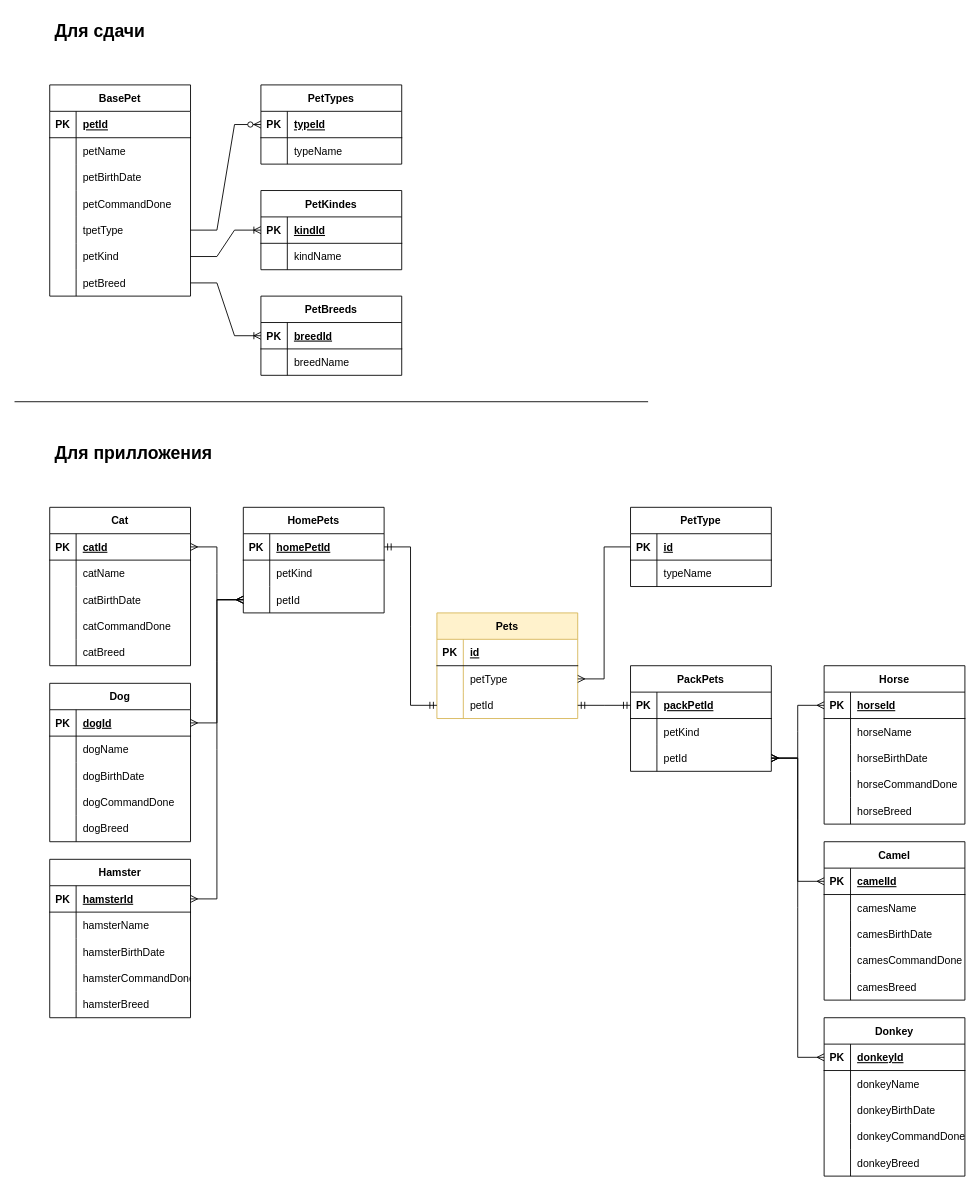
Earlier version of the draw.io diagram Data_base.drawio (AlexLeXX444/Final-work). Source tidied: cells renumbered, new cells numbered last; positions are measured from the earlier drawing's top-left corner, leaving out a move shared by most shapes. Both pictures are drawn from the tidied source at 88%, with x=0, y=0 at pixel (14, 14).
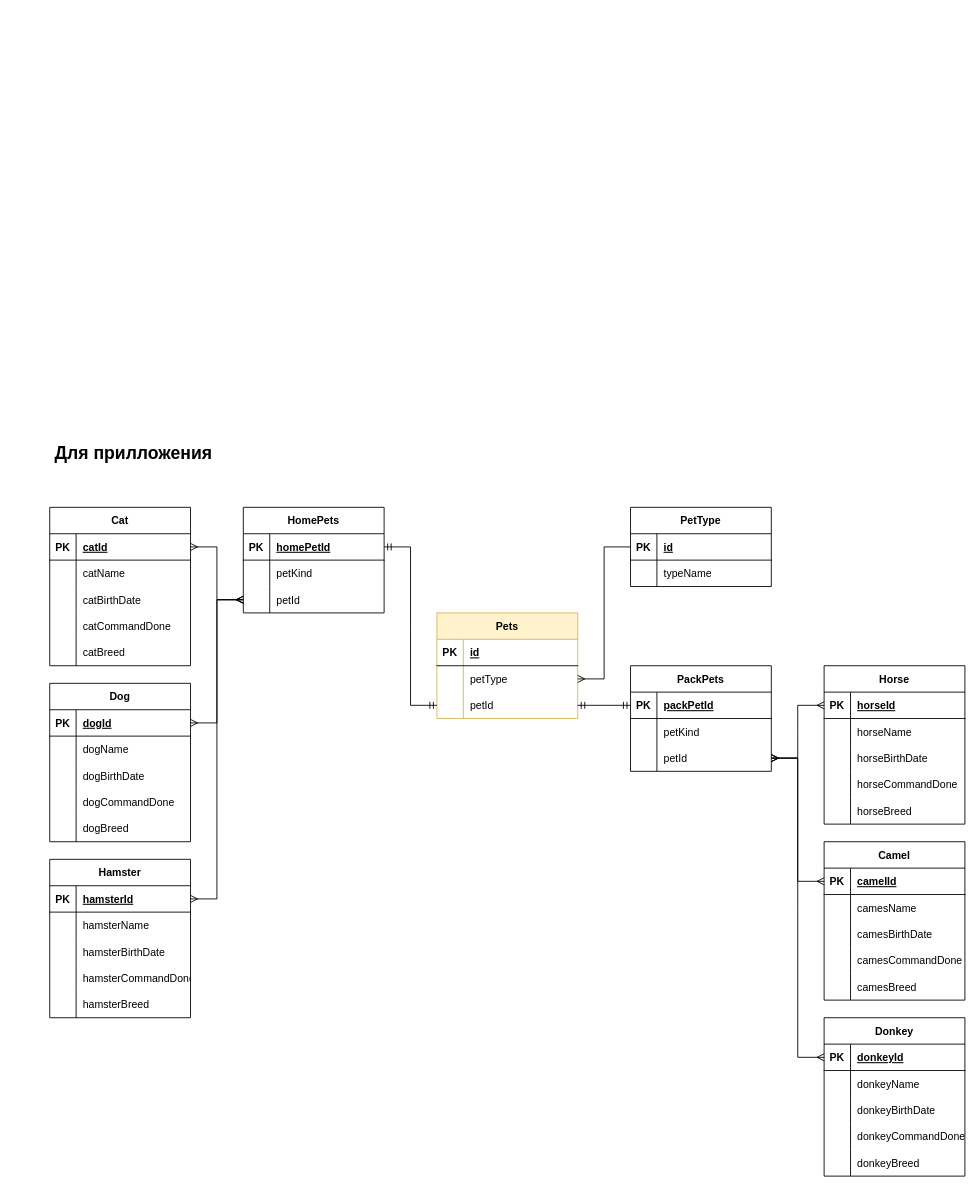
The same page after the edit.

What changed in the source:
```diff
@@
-    <mxCell id="2" value="BasePet" style="shape=table;startSize=30;childLayout=tableLayout;rowLines=0;fontStyle=1;align=center;" parent="1" vertex="1">
-      <mxGeometry x="40" y="80" width="160" height="240" as="geometry" />
-    </mxCell>
-    <mxCell id="3" style="shape=tableRow;horizontal=0;startSize=0;swimlaneHead=0;swimlaneBody=0;fillColor=none;top=0;left=0;right=0;bottom=1;" parent="2" vertex="1">
-      <mxGeometry y="30" width="160" height="30" as="geometry" />
-    </mxCell>
-    <mxCell id="4" value="PK" style="shape=partialRectangle;fillColor=none;top=0;left=0;bottom=0;right=0;fontStyle=1;overflow=hidden;" parent="3" vertex="1">
-      <mxGeometry width="30" height="30" as="geometry" />
-    </mxCell>
-    <mxCell id="5" value="petId" style="shape=partialRectangle;fillColor=none;top=0;left=0;bottom=0;right=0;align=left;spacingLeft=6;fontStyle=5;overflow=hidden;" parent="3" vertex="1">
-      <mxGeometry x="30" width="130" height="30" as="geometry" />
-    </mxCell>
-    <mxCell id="6" style="shape=tableRow;horizontal=0;startSize=0;swimlaneHead=0;swimlaneBody=0;fillColor=none;top=0;left=0;right=0;bottom=0;" parent="2" vertex="1">
-      <mxGeometry y="60" width="160" height="30" as="geometry" />
-    </mxCell>
-    <mxCell id="7" style="shape=partialRectangle;fillColor=none;top=0;left=0;bottom=0;right=0;overflow=hidden;" parent="6" vertex="1">
-      <mxGeometry width="30" height="30" as="geometry" />
-    </mxCell>
-    <mxCell id="8" value="petName" style="shape=partialRectangle;fillColor=none;top=0;left=0;bottom=0;right=0;align=left;spacingLeft=6;overflow=hidden;" parent="6" vertex="1">
-      <mxGeometry x="30" width="130" height="30" as="geometry" />
-    </mxCell>
-    <mxCell id="9" style="shape=tableRow;horizontal=0;startSize=0;swimlaneHead=0;swimlaneBody=0;fillColor=none;top=0;left=0;right=0;bottom=0;" parent="2" vertex="1">
-      <mxGeometry y="90" width="160" height="30" as="geometry" />
-    </mxCell>
-    <mxCell id="10" style="shape=partialRectangle;fillColor=none;top=0;left=0;bottom=0;right=0;overflow=hidden;" parent="9" vertex="1">
-      <mxGeometry width="30" height="30" as="geometry" />
-    </mxCell>
-    <mxCell id="11" value="petBirthDate" style="shape=partialRectangle;fillColor=none;top=0;left=0;bottom=0;right=0;align=left;spacingLeft=6;overflow=hidden;" parent="9" vertex="1">
-      <mxGeometry x="30" width="130" height="30" as="geometry" />
-    </mxCell>
-    <mxCell id="12" style="shape=tableRow;horizontal=0;startSize=0;swimlaneHead=0;swimlaneBody=0;fillColor=none;top=0;left=0;right=0;bottom=0;" parent="2" vertex="1">
-      <mxGeometry y="120" width="160" height="30" as="geometry" />
-    </mxCell>
-    <mxCell id="13" style="shape=partialRectangle;fillColor=none;top=0;left=0;bottom=0;right=0;overflow=hidden;" parent="12" vertex="1">
-      <mxGeometry width="30" height="30" as="geometry" />
-    </mxCell>
-    <mxCell id="14" value="petCommandDone" style="shape=partialRectangle;fillColor=none;top=0;left=0;bottom=0;right=0;align=left;spacingLeft=6;overflow=hidden;" parent="12" vertex="1">
-      <mxGeometry x="30" width="130" height="30" as="geometry" />
-    </mxCell>
-    <mxCell id="15" style="shape=tableRow;horizontal=0;startSize=0;swimlaneHead=0;swimlaneBody=0;fillColor=none;points=[[0,0.5],[1,0.5]];portConstraint=eastwest;top=0;left=0;right=0;bottom=0;" parent="2" vertex="1">
-      <mxGeometry y="150" width="160" height="30" as="geometry" />
-    </mxCell>
-    <mxCell id="16" style="shape=partialRectangle;fillColor=none;top=0;left=0;bottom=0;right=0;overflow=hidden;" parent="15" vertex="1">
-      <mxGeometry width="30" height="30" as="geometry" />
-    </mxCell>
-    <mxCell id="17" value="tpetType" style="shape=partialRectangle;fillColor=none;top=0;left=0;bottom=0;right=0;align=left;spacingLeft=6;overflow=hidden;" parent="15" vertex="1">
-      <mxGeometry x="30" width="130" height="30" as="geometry" />
-    </mxCell>
-    <mxCell id="18" style="shape=tableRow;horizontal=0;startSize=0;swimlaneHead=0;swimlaneBody=0;fillColor=none;points=[[0,0.5],[1,0.5]];portConstraint=eastwest;top=0;left=0;right=0;bottom=0;" parent="2" vertex="1">
-      <mxGeometry y="180" width="160" height="30" as="geometry" />
-    </mxCell>
-    <mxCell id="19" style="shape=partialRectangle;fillColor=none;top=0;left=0;bottom=0;right=0;overflow=hidden;" parent="18" vertex="1">
-      <mxGeometry width="30" height="30" as="geometry" />
-    </mxCell>
-    <mxCell id="20" value="petKind" style="shape=partialRectangle;fillColor=none;top=0;left=0;bottom=0;right=0;align=left;spacingLeft=6;overflow=hidden;" parent="18" vertex="1">
-      <mxGeometry x="30" width="130" height="30" as="geometry" />
-    </mxCell>
-    <mxCell id="21" style="shape=tableRow;horizontal=0;startSize=0;swimlaneHead=0;swimlaneBody=0;fillColor=none;points=[[0,0.5],[1,0.5]];portConstraint=eastwest;top=0;left=0;right=0;bottom=0;" parent="2" vertex="1">
-      <mxGeometry y="210" width="160" height="30" as="geometry" />
-    </mxCell>
-    <mxCell id="22" style="shape=partialRectangle;fillColor=none;top=0;left=0;bottom=0;right=0;overflow=hidden;" parent="21" vertex="1">
-      <mxGeometry width="30" height="30" as="geometry" />
-    </mxCell>
-    <mxCell id="23" value="petBreed" style="shape=partialRectangle;fillColor=none;top=0;left=0;bottom=0;right=0;align=left;spacingLeft=6;overflow=hidden;" parent="21" vertex="1">
-      <mxGeometry x="30" width="130" height="30" as="geometry" />
-    </mxCell>
-    <mxCell id="24" value="PetKindes" style="shape=table;startSize=30;childLayout=tableLayout;rowLines=0;fontStyle=1;align=center;" parent="1" vertex="1">
-      <mxGeometry x="280" y="200" width="160" height="90" as="geometry" />
-    </mxCell>
-    <mxCell id="25" style="shape=tableRow;horizontal=0;startSize=0;swimlaneHead=0;swimlaneBody=0;fillColor=none;points=[[0,0.5],[1,0.5]];portConstraint=eastwest;top=0;left=0;right=0;bottom=1;" parent="24" vertex="1">
-      <mxGeometry y="30" width="160" height="30" as="geometry" />
-    </mxCell>
-    <mxCell id="26" value="PK" style="shape=partialRectangle;fillColor=none;top=0;left=0;bottom=0;right=0;fontStyle=1;overflow=hidden;" parent="25" vertex="1">
-      <mxGeometry width="30" height="30" as="geometry" />
-    </mxCell>
-    <mxCell id="27" value="kindId" style="shape=partialRectangle;fillColor=none;top=0;left=0;bottom=0;right=0;align=left;spacingLeft=6;fontStyle=5;overflow=hidden;" parent="25" vertex="1">
-      <mxGeometry x="30" width="130" height="30" as="geometry" />
-    </mxCell>
-    <mxCell id="28" style="shape=tableRow;horizontal=0;startSize=0;swimlaneHead=0;swimlaneBody=0;fillColor=none;top=0;left=0;right=0;bottom=0;" parent="24" vertex="1">
-      <mxGeometry y="60" width="160" height="30" as="geometry" />
-    </mxCell>
-    <mxCell id="29" style="shape=partialRectangle;fillColor=none;top=0;left=0;bottom=0;right=0;overflow=hidden;" parent="28" vertex="1">
-      <mxGeometry width="30" height="30" as="geometry" />
-    </mxCell>
-    <mxCell id="30" value="kindName" style="shape=partialRectangle;fillColor=none;top=0;left=0;bottom=0;right=0;align=left;spacingLeft=6;overflow=hidden;" parent="28" vertex="1">
-      <mxGeometry x="30" width="130" height="30" as="geometry" />
-    </mxCell>
-    <mxCell id="31" value="PetTypes" style="shape=table;startSize=30;childLayout=tableLayout;rowLines=0;fontStyle=1;align=center;" parent="1" vertex="1">
-      <mxGeometry x="280" y="80" width="160" height="90" as="geometry" />
-    </mxCell>
-    <mxCell id="32" style="shape=tableRow;horizontal=0;startSize=0;swimlaneHead=0;swimlaneBody=0;fillColor=none;points=[[0,0.5],[1,0.5]];portConstraint=eastwest;top=0;left=0;right=0;bottom=1;" parent="31" vertex="1">
-      <mxGeometry y="30" width="160" height="30" as="geometry" />
-    </mxCell>
-    <mxCell id="33" value="PK" style="shape=partialRectangle;fillColor=none;top=0;left=0;bottom=0;right=0;fontStyle=1;overflow=hidden;" parent="32" vertex="1">
-      <mxGeometry width="30" height="30" as="geometry" />
-    </mxCell>
-    <mxCell id="34" value="typeId" style="shape=partialRectangle;fillColor=none;top=0;left=0;bottom=0;right=0;align=left;spacingLeft=6;fontStyle=5;overflow=hidden;" parent="32" vertex="1">
-      <mxGeometry x="30" width="130" height="30" as="geometry" />
-    </mxCell>
-    <mxCell id="35" style="shape=tableRow;horizontal=0;startSize=0;swimlaneHead=0;swimlaneBody=0;fillColor=none;top=0;left=0;right=0;bottom=0;" parent="31" vertex="1">
-      <mxGeometry y="60" width="160" height="30" as="geometry" />
-    </mxCell>
-    <mxCell id="36" style="shape=partialRectangle;fillColor=none;top=0;left=0;bottom=0;right=0;overflow=hidden;" parent="35" vertex="1">
-      <mxGeometry width="30" height="30" as="geometry" />
-    </mxCell>
-    <mxCell id="37" value="typeName" style="shape=partialRectangle;fillColor=none;top=0;left=0;bottom=0;right=0;align=left;spacingLeft=6;overflow=hidden;" parent="35" vertex="1">
-      <mxGeometry x="30" width="130" height="30" as="geometry" />
-    </mxCell>
-    <mxCell id="38" style="edgeStyle=entityRelationEdgeStyle;fontSize=12;html=1;endArrow=ERzeroToMany;endFill=1;rounded=0;exitX=1;exitY=0.5;exitDx=0;exitDy=0;entryX=0;entryY=0.5;entryDx=0;entryDy=0;" parent="1" edge="1" source="15" target="32">
-      <mxGeometry relative="1" as="geometry" />
-    </mxCell>
-    <mxCell id="39" style="edgeStyle=entityRelationEdgeStyle;fontSize=12;html=1;endArrow=ERoneToMany;rounded=0;exitX=1;exitY=0.5;exitDx=0;exitDy=0;entryX=0;entryY=0.5;entryDx=0;entryDy=0;" parent="1" edge="1" source="18" target="25">
-      <mxGeometry relative="1" as="geometry" />
-    </mxCell>
-    <mxCell id="40" value="PetBreeds" style="shape=table;startSize=30;childLayout=tableLayout;rowLines=0;fontStyle=1;align=center;" parent="1" vertex="1">
-      <mxGeometry x="280" y="320" width="160" height="90" as="geometry" />
-    </mxCell>
-    <mxCell id="41" style="shape=tableRow;horizontal=0;startSize=0;swimlaneHead=0;swimlaneBody=0;fillColor=none;points=[[0,0.5],[1,0.5]];portConstraint=eastwest;top=0;left=0;right=0;bottom=1;" parent="40" vertex="1">
-      <mxGeometry y="30" width="160" height="30" as="geometry" />
-    </mxCell>
-    <mxCell id="42" value="PK" style="shape=partialRectangle;fillColor=none;top=0;left=0;bottom=0;right=0;fontStyle=1;overflow=hidden;" parent="41" vertex="1">
-      <mxGeometry width="30" height="30" as="geometry" />
-    </mxCell>
-    <mxCell id="43" value="breedId" style="shape=partialRectangle;fillColor=none;top=0;left=0;bottom=0;right=0;align=left;spacingLeft=6;fontStyle=5;overflow=hidden;" parent="41" vertex="1">
-      <mxGeometry x="30" width="130" height="30" as="geometry" />
-    </mxCell>
-    <mxCell id="44" style="shape=tableRow;horizontal=0;startSize=0;swimlaneHead=0;swimlaneBody=0;fillColor=none;top=0;left=0;right=0;bottom=0;" parent="40" vertex="1">
-      <mxGeometry y="60" width="160" height="30" as="geometry" />
-    </mxCell>
-    <mxCell id="45" style="shape=partialRectangle;fillColor=none;top=0;left=0;bottom=0;right=0;overflow=hidden;" parent="44" vertex="1">
-      <mxGeometry width="30" height="30" as="geometry" />
-    </mxCell>
-    <mxCell id="46" value="breedName" style="shape=partialRectangle;fillColor=none;top=0;left=0;bottom=0;right=0;align=left;spacingLeft=6;overflow=hidden;" parent="44" vertex="1">
-      <mxGeometry x="30" width="130" height="30" as="geometry" />
-    </mxCell>
-    <mxCell id="47" style="edgeStyle=entityRelationEdgeStyle;fontSize=12;html=1;endArrow=ERoneToMany;rounded=0;exitX=1;exitY=0.5;exitDx=0;exitDy=0;entryX=0;entryY=0.5;entryDx=0;entryDy=0;" parent="1" edge="1" source="21" target="41">
-      <mxGeometry relative="1" as="geometry" />
-    </mxCell>
-    <mxCell id="48" value="Для сдачи" style="text;strokeColor=none;fillColor=none;spacingLeft=4;spacingRight=4;overflow=hidden;fontSize=20;fontStyle=1;" parent="1" vertex="1">
-      <mxGeometry x="40" width="200" height="40" as="geometry" />
-    </mxCell>
@@
-    <mxCell id="50" style="endArrow=none;html=1;rounded=0;fontSize=20;" parent="1" edge="1">
-      <mxGeometry relative="1" as="geometry">
-        <mxPoint y="440" as="sourcePoint" />
-        <mxPoint x="720" y="440" as="targetPoint" />
-      </mxGeometry>
-    </mxCell>
```
